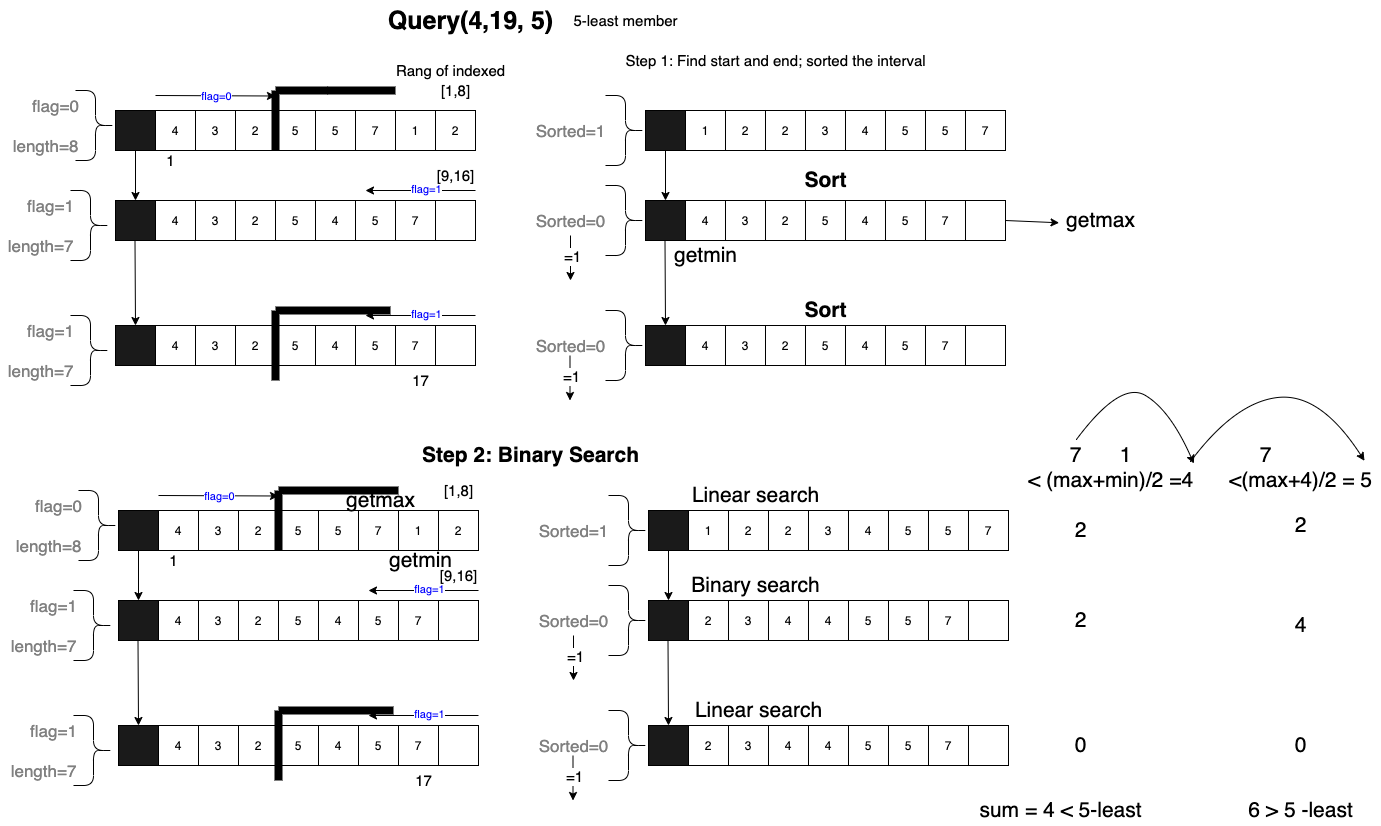
This is img/query.png from stevengogogo/DSA-KLeastElement, a draw.io export, as it was before one commit. Source tidied: cells renumbered, new cells last; positions are measured from the earlier drawing's top-left corner, leaving out a move shared by most shapes.
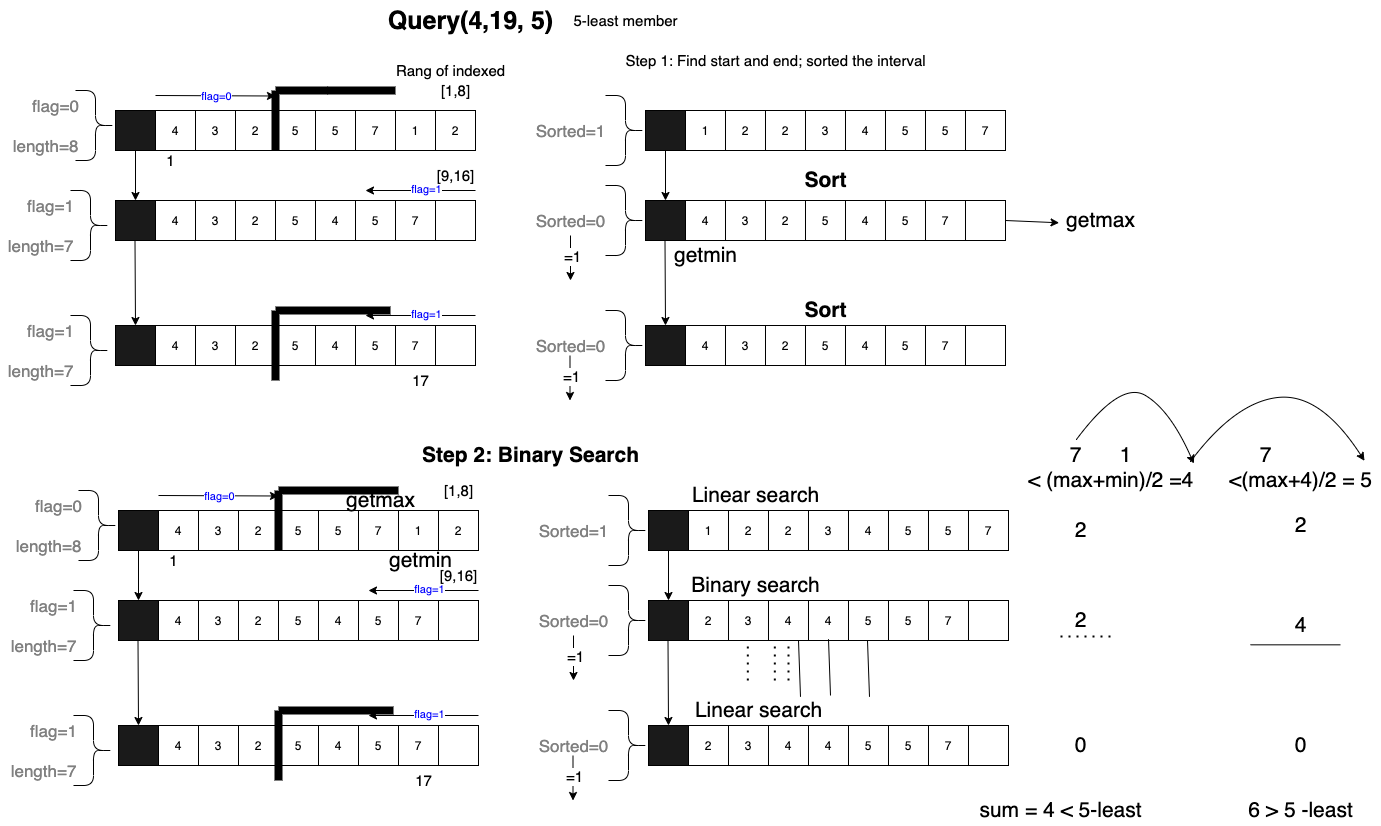
Later version of the same file.

Diff of the diagram source:
```diff
@@ -698,5 +698,49 @@
         </Array>
       </mxGeometry>
     </mxCell>
+    <mxCell id="217" style="endArrow=none;dashed=1;html=1;dashPattern=1 3;strokeWidth=2;fontSize=21;entryX=0.5;entryY=1;entryDx=0;entryDy=0;" parent="1" edge="1" target="127">
+      <mxGeometry relative="1" as="geometry">
+        <mxPoint x="788" y="680" as="sourcePoint" />
+      </mxGeometry>
+    </mxCell>
+    <mxCell id="218" style="endArrow=none;dashed=1;html=1;dashPattern=1 3;strokeWidth=2;fontSize=21;entryX=0.5;entryY=1;entryDx=0;entryDy=0;" parent="1" edge="1">
+      <mxGeometry relative="1" as="geometry">
+        <mxPoint x="747.3" y="680" as="sourcePoint" />
+        <mxPoint x="747.3" y="640" as="targetPoint" />
+      </mxGeometry>
+    </mxCell>
+    <mxCell id="219" style="endArrow=none;dashed=1;html=1;dashPattern=1 3;strokeWidth=2;fontSize=21;entryX=0.5;entryY=1;entryDx=0;entryDy=0;" parent="1" edge="1">
+      <mxGeometry relative="1" as="geometry">
+        <mxPoint x="774.3" y="680" as="sourcePoint" />
+        <mxPoint x="774.3" y="640" as="targetPoint" />
+      </mxGeometry>
+    </mxCell>
+    <mxCell id="220" style="endArrow=none;dashed=1;html=1;dashPattern=1 3;strokeWidth=2;fontSize=21;" parent="1" edge="1">
+      <mxGeometry relative="1" as="geometry">
+        <mxPoint x="1060" y="636" as="sourcePoint" />
+        <mxPoint x="1110" y="636" as="targetPoint" />
+      </mxGeometry>
+    </mxCell>
+    <mxCell id="221" style="endArrow=none;html=1;fontSize=21;entryX=0.75;entryY=1;entryDx=0;entryDy=0;exitX=0.8;exitY=0.044;exitDx=0;exitDy=0;exitPerimeter=0;" parent="1" edge="1" source="198" target="127">
+      <mxGeometry relative="1" as="geometry" />
+    </mxCell>
+    <mxCell id="222" style="endArrow=none;html=1;fontSize=21;entryX=0.75;entryY=1;entryDx=0;entryDy=0;exitX=0.8;exitY=0.044;exitDx=0;exitDy=0;exitPerimeter=0;" parent="1" edge="1">
+      <mxGeometry relative="1" as="geometry">
+        <mxPoint x="869" y="696.3" as="sourcePoint" />
+        <mxPoint x="867" y="640" as="targetPoint" />
+      </mxGeometry>
+    </mxCell>
+    <mxCell id="223" style="endArrow=none;html=1;fontSize=21;entryX=0.75;entryY=1;entryDx=0;entryDy=0;exitX=0.8;exitY=0.044;exitDx=0;exitDy=0;exitPerimeter=0;" parent="1" edge="1">
+      <mxGeometry relative="1" as="geometry">
+        <mxPoint x="830" y="695" as="sourcePoint" />
+        <mxPoint x="828" y="638.7" as="targetPoint" />
+      </mxGeometry>
+    </mxCell>
+    <mxCell id="224" style="endArrow=none;html=1;fontSize=21;" parent="1" edge="1">
+      <mxGeometry relative="1" as="geometry">
+        <mxPoint x="1250" y="644.3" as="sourcePoint" />
+        <mxPoint x="1340" y="644.3" as="targetPoint" />
+      </mxGeometry>
+    </mxCell>
   </root>
 </mxGraphModel>
```
